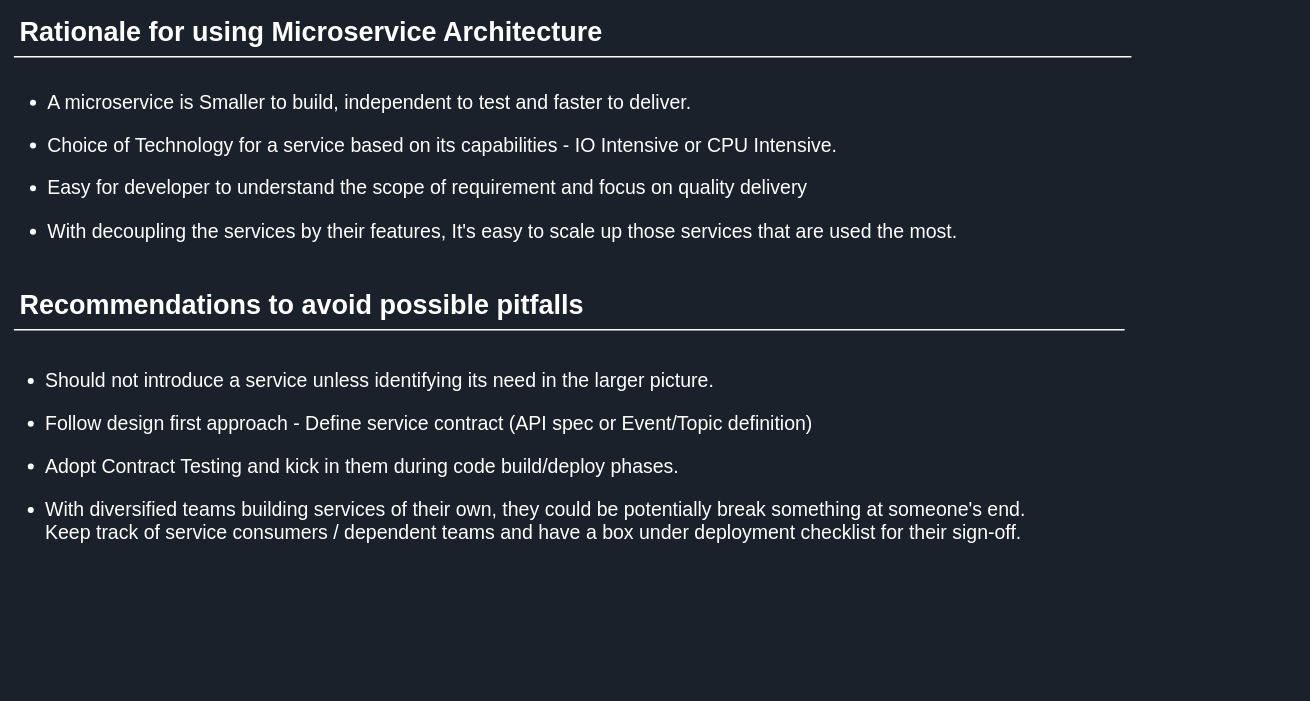
openbanking-simulator/Reference_Architecture keeps this draw.io diagram as page "Rationale & Recommendations" (4 of 4) of drawio/OpenBanking_Reference_AWS.drawio. Above is the earlier version. Source tidied: cells renumbered, new cells numbered last; positions are measured from the earlier drawing's top-left corner, leaving out a move shared by most shapes. Both pictures are drawn from the tidied source at 75%, with x=0, y=0 at pixel (14, 13).
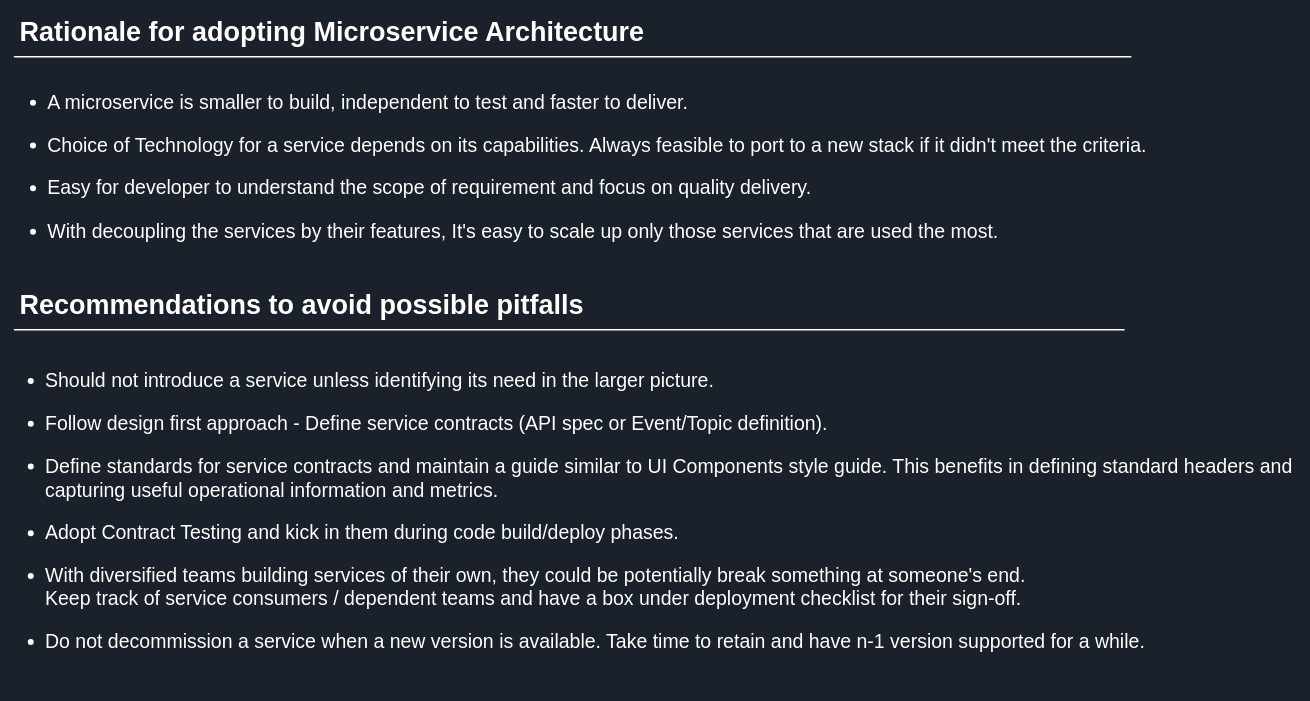
The same diagram, later.

The edit, as a diff of the source:
```diff
@@
 <mxGraphModel background="#1A212B">
   <root>
     <mxCell id="0" />
     <mxCell id="1" parent="0" />
-    <mxCell id="2" value="Rationale for using Microservice Architecture" style="text;html=1;align=left;verticalAlign=top;spacingTop=-4;fontSize=36;fontStyle=1;labelBackgroundColor=none;fontColor=#FFFFFF;" parent="1" vertex="1">
-      <mxGeometry x="6" width="787" height="43" as="geometry" />
+    <mxCell id="2" value="Rationale for adopting Microservice Architecture" style="text;html=1;align=left;verticalAlign=top;spacingTop=-4;fontSize=36;fontStyle=1;labelBackgroundColor=none;fontColor=#FFFFFF;" parent="1" vertex="1">
+      <mxGeometry x="6" width="843" height="43" as="geometry" />
     </mxCell>
     <mxCell id="3" style="line;strokeWidth=2;html=1;fontSize=14;labelBackgroundColor=none;fontColor=#FAFAFA;strokeColor=#FCFCFC;" parent="1" vertex="1">
       <mxGeometry y="53" width="1490" height="10" as="geometry" />
     </mxCell>
-    <mxCell id="4" value="&lt;ul&gt;&lt;li&gt;A microservice is Smaller to build, independent to test and faster to deliver.&lt;/li&gt;&lt;/ul&gt;&lt;ul&gt;&lt;li&gt;Choice of Technology for a service based on its capabilities - IO Intensive or CPU Intensive.&lt;/li&gt;&lt;/ul&gt;&lt;ul&gt;&lt;li&gt;Easy for developer to understand the scope of requirement and focus on quality delivery&lt;/li&gt;&lt;/ul&gt;&lt;ul&gt;&lt;li&gt;With decoupling the services by their features, It's easy to scale up those services that are used the most.&lt;/li&gt;&lt;/ul&gt;" style="text;html=1;strokeColor=none;fillColor=none;align=left;verticalAlign=top;whiteSpace=wrap;rounded=0;fontSize=26;fontColor=#FFFFFF;" parent="1" vertex="1">
+    <mxCell id="4" value="&lt;ul&gt;&lt;li&gt;A microservice is smaller to build, independent to test and faster to deliver.&lt;/li&gt;&lt;/ul&gt;&lt;ul&gt;&lt;li&gt;Choice of Technology for a service depends on its capabilities. Always feasible to port to a new stack if it didn't meet the criteria.&lt;/li&gt;&lt;/ul&gt;&lt;ul&gt;&lt;li&gt;Easy for developer to understand the scope of requirement and focus on quality delivery.&lt;/li&gt;&lt;/ul&gt;&lt;ul&gt;&lt;li&gt;With decoupling the services by their features, It's easy to scale up only those services that are used the most.&lt;/li&gt;&lt;/ul&gt;" style="text;html=1;strokeColor=none;fillColor=none;align=left;verticalAlign=top;whiteSpace=wrap;rounded=0;fontSize=26;fontColor=#FFFFFF;" parent="1" vertex="1">
       <mxGeometry x="3" y="71" width="1687" height="350" as="geometry" />
     </mxCell>
     <mxCell id="5" value="Recommendations to avoid possible pitfalls&amp;nbsp;" style="text;html=1;align=left;verticalAlign=top;spacingTop=-4;fontSize=36;fontStyle=1;labelBackgroundColor=none;fontColor=#FFFFFF;" parent="1" vertex="1">
       <mxGeometry x="6" y="364" width="772" height="43" as="geometry" />
     </mxCell>
     <mxCell id="6" style="line;strokeWidth=2;html=1;fontSize=14;labelBackgroundColor=none;fontColor=#FAFAFA;strokeColor=#FCFCFC;" parent="1" vertex="1">
       <mxGeometry y="417" width="1481" height="10" as="geometry" />
     </mxCell>
-    <mxCell id="7" value="&lt;ul&gt;&lt;li&gt;&lt;span&gt;Should not introduce a service unless identifying its need in the larger picture.&lt;/span&gt;&lt;br&gt;&lt;/li&gt;&lt;/ul&gt;&lt;ul&gt;&lt;li&gt;&lt;span&gt;Follow design first approach - Define service contract (API spec or Event/Topic definition)&lt;br&gt;&lt;/span&gt;&lt;/li&gt;&lt;/ul&gt;&lt;ul&gt;&lt;li&gt;&lt;span&gt;Adopt Contract Testing and kick in them during code build/deploy phases.&lt;/span&gt;&lt;/li&gt;&lt;/ul&gt;&lt;ul&gt;&lt;li&gt;&lt;span&gt;With diversified teams building services of their own, they could be potentially break something at someone's end. &lt;br&gt;Keep track of service consumers / dependent teams and have a box under deployment checklist for their sign-off.&lt;/span&gt;&lt;/li&gt;&lt;/ul&gt;&lt;div&gt;&lt;/div&gt;" style="text;html=1;strokeColor=none;fillColor=none;align=left;verticalAlign=top;whiteSpace=wrap;rounded=0;fontSize=26;fontColor=#FFFFFF;" parent="1" vertex="1">
-      <mxGeometry y="442" width="1712" height="350" as="geometry" />
+    <mxCell id="7" value="&lt;ul&gt;&lt;li&gt;&lt;span&gt;Should not introduce a service unless identifying its need in the larger picture.&lt;/span&gt;&lt;br&gt;&lt;/li&gt;&lt;/ul&gt;&lt;ul&gt;&lt;li&gt;&lt;span&gt;Follow design first approach - Define service contracts (API spec or Event/Topic definition).&lt;br&gt;&lt;/span&gt;&lt;/li&gt;&lt;/ul&gt;&lt;ul&gt;&lt;li&gt;&lt;span&gt;Define standards for service contracts and maintain a guide similar to UI Components style guide. This benefits in defining standard headers and capturing useful operational information and metrics.&lt;/span&gt;&lt;/li&gt;&lt;/ul&gt;&lt;ul&gt;&lt;li&gt;&lt;span&gt;Adopt Contract Testing and kick in them during code build/deploy phases.&lt;/span&gt;&lt;/li&gt;&lt;/ul&gt;&lt;ul&gt;&lt;li&gt;&lt;span&gt;With diversified teams building services of their own, they could be potentially break something at someone's end. &lt;br&gt;Keep track of service consumers / dependent teams and have a box under deployment checklist for their sign-off.&lt;/span&gt;&lt;/li&gt;&lt;/ul&gt;&lt;ul&gt;&lt;li&gt;&lt;span&gt;Do not decommission a service when a new version is available. Take time to retain and have n-1 version supported for a while.&lt;/span&gt;&lt;/li&gt;&lt;/ul&gt;&lt;div&gt;&lt;/div&gt;" style="text;html=1;strokeColor=none;fillColor=none;align=left;verticalAlign=top;whiteSpace=wrap;rounded=0;fontSize=26;fontColor=#FFFFFF;" parent="1" vertex="1">
+      <mxGeometry y="442" width="1712" height="459" as="geometry" />
     </mxCell>
   </root>
 </mxGraphModel>
```
